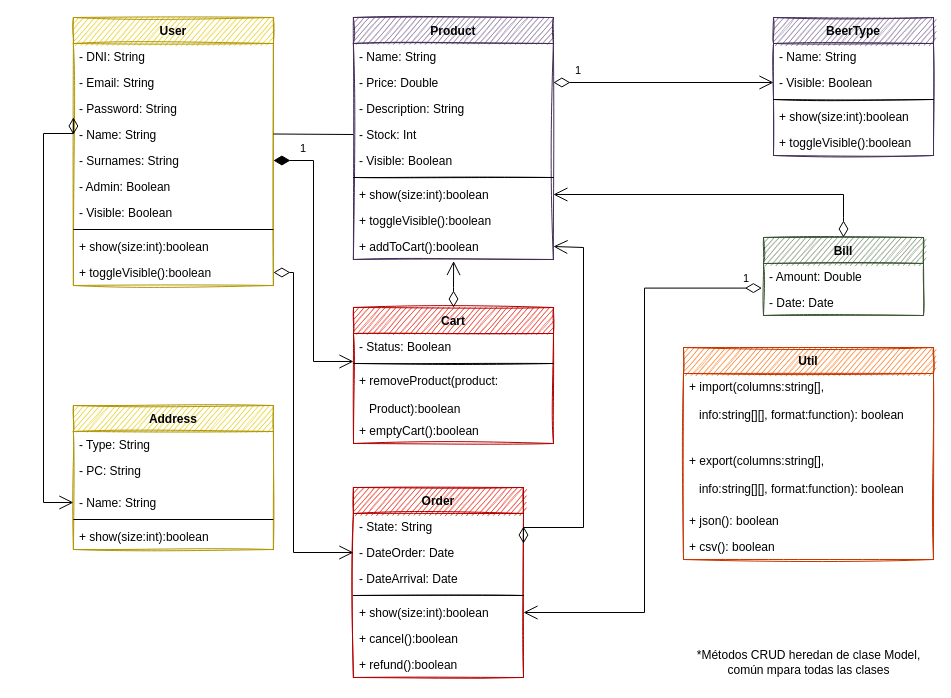
This is page "Page-2" (2 of 2) of _documentacion/diagrama.drawio from JosueGarciaAsensi/DSS, a draw.io file, before an edit. Source tidied: cells renumbered, new cells numbered last; positions are measured from the earlier drawing's top-left corner, leaving out a move shared by most shapes. Both pictures are drawn from the tidied source at 100%, with x=0, y=0 at pixel (43, 17).
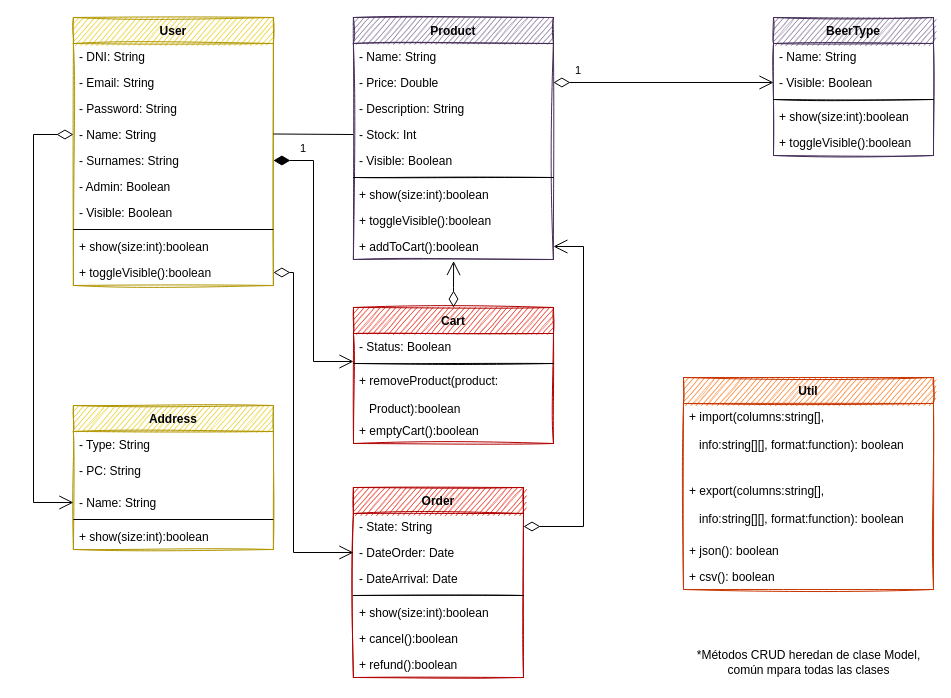
The same diagram, later.

Unchanged cells that the change refers to:
```xml
<mxCell id="6" value="- Name: String" style="text;align=left;verticalAlign=top;spacingLeft=4;spacingRight=4;overflow=hidden;points=[[0,0.5],[1,0.5]];portConstraint=eastwest;rounded=0;shadow=0;html=0;" parent="2" vertex="1">
  <mxGeometry y="104" width="200" height="26" as="geometry" />
</mxCell>
<mxCell id="16" value="- Name: String" style="text;strokeColor=none;fillColor=none;align=left;verticalAlign=top;spacingLeft=4;spacingRight=4;overflow=hidden;points=[[0,0.5],[1,0.5]];portConstraint=eastwest;" parent="13" vertex="1">
  <mxGeometry y="84" width="200" height="26" as="geometry" />
</mxCell>
<mxCell id="27" value="+ show(size:int):boolean" style="text;strokeColor=none;fillColor=none;align=left;verticalAlign=top;spacingLeft=4;spacingRight=4;overflow=hidden;points=[[0,0.5],[1,0.5]];portConstraint=eastwest;" parent="20" vertex="1">
  <mxGeometry y="164" width="200" height="26" as="geometry" />
</mxCell>
<mxCell id="29" value="+ addToCart():boolean" style="text;strokeColor=none;fillColor=none;align=left;verticalAlign=top;spacingLeft=4;spacingRight=4;overflow=hidden;points=[[0,0.5],[1,0.5]];portConstraint=eastwest;" parent="20" vertex="1">
  <mxGeometry y="216" width="200" height="26" as="geometry" />
</mxCell>
<mxCell id="44" value="- State: String" style="text;strokeColor=none;fillColor=none;align=left;verticalAlign=top;spacingLeft=4;spacingRight=4;overflow=hidden;points=[[0,0.5],[1,0.5]];portConstraint=eastwest;" parent="43" vertex="1">
  <mxGeometry y="26" width="170.1" height="26" as="geometry" />
</mxCell>
<mxCell id="48" value="+ show(size:int):boolean" style="text;strokeColor=none;fillColor=none;align=left;verticalAlign=top;spacingLeft=4;spacingRight=4;overflow=hidden;points=[[0,0.5],[1,0.5]];portConstraint=eastwest;" parent="43" vertex="1">
  <mxGeometry y="112" width="170.1" height="26" as="geometry" />
</mxCell>
```

The edit, as a diff of the source:
```diff
@@
     <mxCell id="19" style="endArrow=open;html=1;endSize=12;startArrow=diamondThin;startSize=14;startFill=0;edgeStyle=orthogonalEdgeStyle;align=left;verticalAlign=bottom;rounded=0;exitX=0;exitY=0.5;exitDx=0;exitDy=0;entryX=0;entryY=0.5;entryDx=0;entryDy=0;" parent="1" edge="1" source="6" target="16">
       <mxGeometry x="-0.74" y="-10" relative="1" as="geometry">
         <Array as="points">
-          <mxPoint y="116" />
-          <mxPoint y="485" />
+          <mxPoint x="-10" y="117" />
+          <mxPoint x="-10" y="485" />
         </Array>
       </mxGeometry>
     </mxCell>
@@
     <mxCell id="53" style="endArrow=open;html=1;endSize=12;startArrow=diamondThin;startSize=14;startFill=0;edgeStyle=orthogonalEdgeStyle;align=left;verticalAlign=bottom;rounded=0;exitX=1;exitY=0.5;exitDx=0;exitDy=0;entryX=1;entryY=0.5;entryDx=0;entryDy=0;" parent="1" edge="1" source="44" target="29">
       <mxGeometry x="-0.78" y="-20" relative="1" as="geometry">
         <Array as="points">
-          <mxPoint x="540" y="510" />
-          <mxPoint x="540" y="230" />
-          <mxPoint x="510" y="230" />
+          <mxPoint x="540" y="509" />
+          <mxPoint x="540" y="229" />
         </Array>
       </mxGeometry>
     </mxCell>
-    <mxCell id="54" value="1" style="endArrow=open;html=1;endSize=12;startArrow=diamondThin;startSize=14;startFill=0;edgeStyle=orthogonalEdgeStyle;align=left;verticalAlign=bottom;rounded=0;entryX=1;entryY=0.5;entryDx=0;entryDy=0;exitX=-0.01;exitY=0.946;exitDx=0;exitDy=0;exitPerimeter=0;" parent="1" edge="1" source="63" target="48">
-      <mxGeometry x="-0.93" y="-1" relative="1" as="geometry">
-        <Array as="points">
-          <mxPoint x="601" y="271" />
-          <mxPoint x="601" y="595" />
-        </Array>
-      </mxGeometry>
-    </mxCell>
@@
     <mxCell id="56" value="Util" style="swimlane;fontStyle=1;horizontal=1;startSize=26;fillColor=#fa6800;rounded=0;shadow=0;glass=0;sketch=1;fontColor=#000000;strokeColor=#C73500;" parent="1" vertex="1">
-      <mxGeometry x="640" y="330" width="250" height="212" as="geometry" />
+      <mxGeometry x="640" y="360" width="250" height="212" as="geometry" />
     </mxCell>
@@
-    <mxCell id="62" value="Bill" style="swimlane;fontStyle=1;horizontal=1;startSize=26;fillColor=#6d8764;rounded=0;shadow=0;glass=0;sketch=1;fontColor=#000000;strokeColor=#3A5431;" parent="1" vertex="1">
-      <mxGeometry x="720" y="220" width="160" height="78" as="geometry" />
-    </mxCell>
-    <mxCell id="63" value="- Amount: Double" style="text;strokeColor=none;fillColor=none;align=left;verticalAlign=top;spacingLeft=4;spacingRight=4;overflow=hidden;points=[[0,0.5],[1,0.5]];portConstraint=eastwest;" parent="62" vertex="1">
-      <mxGeometry y="26" width="160" height="26" as="geometry" />
-    </mxCell>
-    <mxCell id="64" value="- Date: Date" style="text;strokeColor=none;fillColor=none;align=left;verticalAlign=top;spacingLeft=4;spacingRight=4;overflow=hidden;" parent="62" vertex="1">
-      <mxGeometry y="52" width="160" height="26" as="geometry" />
-    </mxCell>
-    <mxCell id="65" style="endArrow=open;html=1;endSize=12;startArrow=diamondThin;startSize=14;startFill=0;edgeStyle=orthogonalEdgeStyle;align=left;verticalAlign=bottom;rounded=0;exitX=0.5;exitY=0;exitDx=0;exitDy=0;entryX=1;entryY=0.5;entryDx=0;entryDy=0;" parent="1" edge="1" source="62" target="27">
-      <mxGeometry x="-0.78" y="-20" relative="1" as="geometry">
-        <Array as="points">
-          <mxPoint x="800" y="200" />
-          <mxPoint x="800" y="177" />
-        </Array>
-      </mxGeometry>
-    </mxCell>
```
